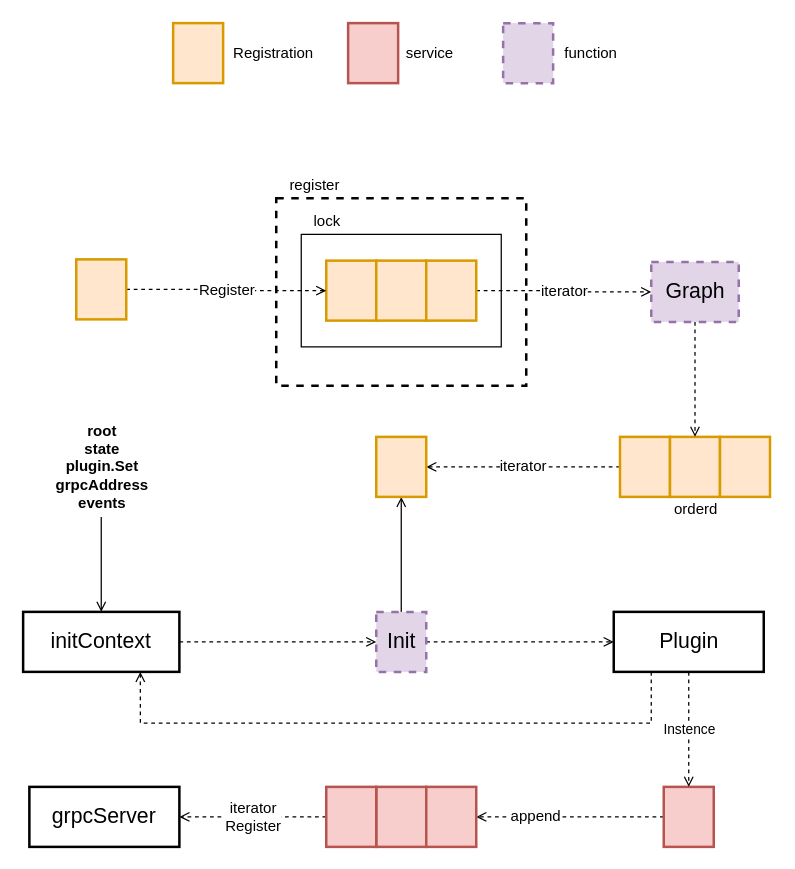
Earlier version of the draw.io diagram page "plugin" (4 of 7) of containerd/containerd.drawio (dovics/draw.io). Source tidied: cells renumbered, new cells numbered last; positions are measured from the earlier drawing's top-left corner, leaving out a move shared by most shapes. Both pictures are drawn from the tidied source at 125%, with x=0, y=0 at pixel (22, 22).
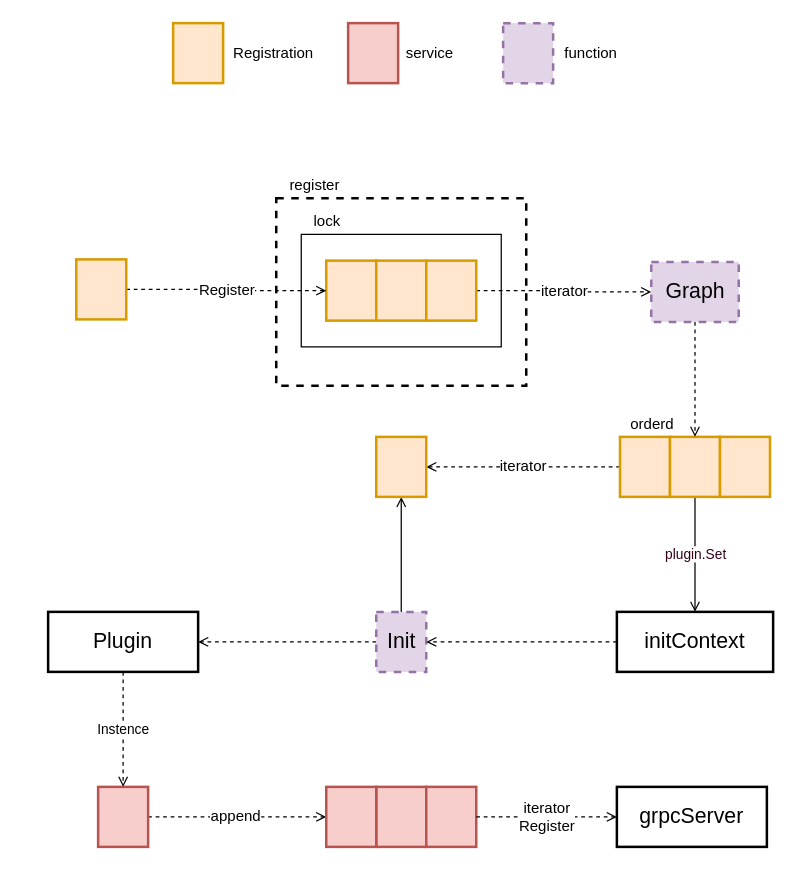
Above is the later version.

The change refers to these unchanged cells:
```xml
<mxCell id="16" style="rounded=0;whiteSpace=wrap;html=1;fontSize=17;strokeWidth=2;fillColor=#ffe6cc;strokeColor=#d79b00;" parent="1" vertex="1">
  <mxGeometry x="517.5" y="331" width="40" height="48" as="geometry" />
</mxCell>
<mxCell id="22" value="Init" style="rounded=0;whiteSpace=wrap;html=1;fontSize=17;strokeWidth=2;dashed=1;fillColor=#e1d5e7;strokeColor=#9673a6;" parent="1" vertex="1">
  <mxGeometry x="282.5" y="471" width="40" height="48" as="geometry" />
</mxCell>
<mxCell id="27" style="rounded=0;whiteSpace=wrap;html=1;fontSize=17;strokeWidth=2;fillColor=#ffe6cc;strokeColor=#d79b00;" parent="1" vertex="1">
  <mxGeometry x="282.5" y="331" width="40" height="48" as="geometry" />
</mxCell>
<mxCell id="31" style="rounded=0;whiteSpace=wrap;html=1;fontSize=17;strokeWidth=2;fillColor=#f8cecc;strokeColor=#b85450;" parent="1" vertex="1">
  <mxGeometry x="322.5" y="611" width="40" height="48" as="geometry" />
</mxCell>
<mxCell id="33" style="rounded=0;whiteSpace=wrap;html=1;fontSize=17;strokeWidth=2;fillColor=#f8cecc;strokeColor=#b85450;" parent="1" vertex="1">
  <mxGeometry x="242.5" y="611" width="40" height="48" as="geometry" />
</mxCell>
```

The edit, as a diff of the source:
```diff
@@
+    <mxCell id="43" value="plugin.Set" style="edgeStyle=orthogonalEdgeStyle;rounded=0;jettySize=auto;html=1;exitX=0.5;exitY=1;exitDx=0;exitDy=0;entryX=0.5;entryY=0;entryDx=0;entryDy=0;fontColor=#33001A;endArrow=open;endFill=0;" parent="1" edge="1" source="16" target="26">
+      <mxGeometry relative="1" as="geometry" />
+    </mxCell>
@@
+    <mxCell id="21" style="edgeStyle=orthogonalEdgeStyle;rounded=0;jettySize=auto;html=1;exitX=0.5;exitY=0;exitDx=0;exitDy=0;entryX=0.5;entryY=1;entryDx=0;entryDy=0;fontSize=12;endArrow=open;endFill=0;" parent="1" edge="1" source="22" target="27">
+      <mxGeometry relative="1" as="geometry" />
+    </mxCell>
-    <mxCell id="20" style="edgeStyle=orthogonalEdgeStyle;rounded=0;jettySize=auto;html=1;exitX=1;exitY=0.5;exitDx=0;exitDy=0;dashed=1;fontSize=12;endArrow=open;endFill=0;" parent="1" edge="1" source="22" target="42">
+    <mxCell id="20" style="edgeStyle=orthogonalEdgeStyle;rounded=0;jettySize=auto;html=1;exitX=0;exitY=0.5;exitDx=0;exitDy=0;fontColor=#33001A;endArrow=open;endFill=0;dashed=1;" parent="1" edge="1" source="22" target="42">
       <mxGeometry relative="1" as="geometry" />
     </mxCell>
-    <mxCell id="21" style="edgeStyle=orthogonalEdgeStyle;rounded=0;jettySize=auto;html=1;exitX=0.5;exitY=0;exitDx=0;exitDy=0;entryX=0.5;entryY=1;entryDx=0;entryDy=0;fontSize=12;endArrow=open;endFill=0;" parent="1" edge="1" source="22" target="27">
-      <mxGeometry relative="1" as="geometry" />
-    </mxCell>
@@
-    <mxCell id="25" style="edgeStyle=orthogonalEdgeStyle;rounded=0;jettySize=auto;html=1;exitX=1;exitY=0.5;exitDx=0;exitDy=0;fontSize=12;endArrow=open;endFill=0;dashed=1;entryX=0;entryY=0.5;entryDx=0;entryDy=0;" parent="1" edge="1" source="26" target="22">
+    <mxCell id="25" style="edgeStyle=orthogonalEdgeStyle;rounded=0;jettySize=auto;html=1;exitX=0;exitY=0.5;exitDx=0;exitDy=0;entryX=1;entryY=0.5;entryDx=0;entryDy=0;fontColor=#33001A;endArrow=open;endFill=0;dashed=1;" parent="1" edge="1" source="26" target="22">
       <mxGeometry relative="1" as="geometry" />
     </mxCell>
     <mxCell id="26" value="initContext" style="rounded=0;whiteSpace=wrap;html=1;fontSize=17;strokeWidth=2;" parent="1" vertex="1">
-      <mxGeometry y="471" width="125" height="48" as="geometry" />
+      <mxGeometry x="475" y="471" width="125" height="48" as="geometry" />
     </mxCell>
@@
-    <mxCell id="28" value="append" style="edgeStyle=orthogonalEdgeStyle;rounded=0;jettySize=auto;html=1;exitX=0;exitY=0.5;exitDx=0;exitDy=0;entryX=1;entryY=0.5;entryDx=0;entryDy=0;fontSize=12;endArrow=open;endFill=0;dashed=1;" parent="1" edge="1" source="39" target="31">
-      <mxGeometry x="0.38" relative="1" as="geometry" />
+    <mxCell id="28" value="append" style="edgeStyle=orthogonalEdgeStyle;rounded=0;jettySize=auto;html=1;exitX=1;exitY=0.5;exitDx=0;exitDy=0;entryX=0;entryY=0.5;entryDx=0;entryDy=0;fontSize=12;endArrow=open;endFill=0;dashed=1;" parent="1" edge="1" source="39" target="33">
+      <mxGeometry x="-0.02" relative="1" as="geometry" />
     </mxCell>
-    <mxCell id="29" style="edgeStyle=orthogonalEdgeStyle;rounded=0;jettySize=auto;html=1;exitX=0.25;exitY=1;exitDx=0;exitDy=0;entryX=0.75;entryY=1;entryDx=0;entryDy=0;dashed=1;endArrow=open;endFill=0;" parent="1" edge="1" source="42" target="26">
-      <mxGeometry relative="1" as="geometry">
-        <Array as="points">
-          <mxPoint x="503" y="560" />
-          <mxPoint x="94" y="560" />
-        </Array>
-      </mxGeometry>
-    </mxCell>
@@
-    <mxCell id="32" value="iterator&lt;br&gt;Register" style="edgeStyle=orthogonalEdgeStyle;rounded=0;jettySize=auto;html=1;exitX=0;exitY=0.5;exitDx=0;exitDy=0;entryX=1;entryY=0.5;entryDx=0;entryDy=0;dashed=1;fontSize=12;endArrow=open;endFill=0;" parent="1" edge="1" source="33" target="34">
+    <mxCell id="32" value="iterator&lt;br&gt;Register" style="edgeStyle=orthogonalEdgeStyle;rounded=0;jettySize=auto;html=1;entryX=0;entryY=0.5;entryDx=0;entryDy=0;dashed=1;fontSize=12;endArrow=open;endFill=0;exitX=1;exitY=0.5;exitDx=0;exitDy=0;" parent="1" edge="1" source="31" target="34">
       <mxGeometry relative="1" as="geometry" />
     </mxCell>
@@
     <mxCell id="34" value="grpcServer" style="rounded=0;whiteSpace=wrap;html=1;fontSize=17;strokeWidth=2;fillColor=#ffffff;" parent="1" vertex="1">
-      <mxGeometry x="5" y="611" width="120" height="48" as="geometry" />
+      <mxGeometry x="475" y="611" width="120" height="48" as="geometry" />
     </mxCell>
-    <mxCell id="35" style="edgeStyle=orthogonalEdgeStyle;rounded=0;jettySize=auto;html=1;fontSize=12;endArrow=open;endFill=0;" parent="1" edge="1" source="36" target="26">
-      <mxGeometry relative="1" as="geometry" />
-    </mxCell>
-    <mxCell id="36" value="root&lt;br&gt;state&lt;br&gt;plugin.Set&lt;br&gt;grpcAddress&lt;br&gt;events" style="text;html=1;align=center;verticalAlign=middle;points=[];strokeColor=none;fontSize=12;fontStyle=1;" parent="1" vertex="1">
-      <mxGeometry x="17.5" y="315" width="90" height="80" as="geometry" />
-    </mxCell>
@@
     <mxCell id="39" style="rounded=0;whiteSpace=wrap;html=1;fontSize=17;strokeWidth=2;fillColor=#f8cecc;strokeColor=#b85450;" parent="1" vertex="1">
-      <mxGeometry x="512.5" y="611" width="40" height="48" as="geometry" />
+      <mxGeometry x="60" y="611" width="40" height="48" as="geometry" />
     </mxCell>
     <mxCell id="40" value="orderd" style="text;html=1;align=center;verticalAlign=middle;strokeColor=none;" parent="1" vertex="1">
-      <mxGeometry x="512.5" y="379" width="50" height="20" as="geometry" />
+      <mxGeometry x="477.5" y="311" width="50" height="20" as="geometry" />
     </mxCell>
@@
     <mxCell id="42" value="Plugin" style="rounded=0;whiteSpace=wrap;html=1;fontSize=17;strokeWidth=2;" parent="1" vertex="1">
-      <mxGeometry x="472.5" y="471" width="120" height="48" as="geometry" />
+      <mxGeometry x="20" y="471" width="120" height="48" as="geometry" />
     </mxCell>
```
